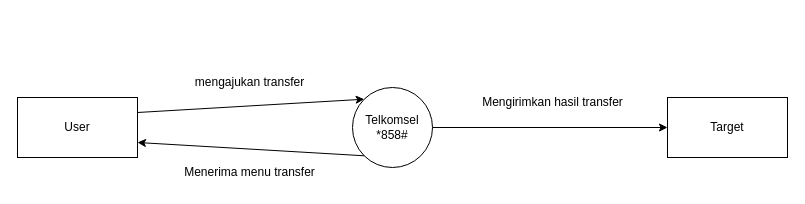
Before: DFD_L0.drawio in TTNVXX/Diagram_PSPEC, a draw.io diagram. Source tidied: cells renumbered, new cells numbered last; positions are measured from the earlier drawing's top-left corner, leaving out a move shared by most shapes. Both pictures are drawn from the tidied source at 100%, with x=0, y=0 at pixel (17, 67).
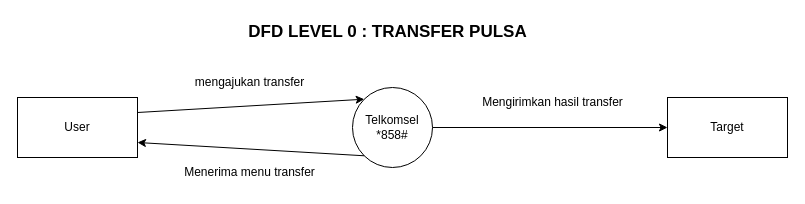
After the change.

Change to the diagram source:
```diff
@@
 <mxGraphModel>
   <root>
     <mxCell id="0" />
     <mxCell id="1" parent="0" />
     <mxCell id="2" value="Telkomsel&lt;br&gt;*858#" style="ellipse;whiteSpace=wrap;html=1;" parent="1" vertex="1">
       <mxGeometry x="335" y="20" width="80" height="80" as="geometry" />
     </mxCell>
     <mxCell id="3" value="User" style="rounded=0;whiteSpace=wrap;html=1;" parent="1" vertex="1">
       <mxGeometry y="30" width="120" height="60" as="geometry" />
     </mxCell>
     <mxCell id="4" value="Target" style="rounded=0;whiteSpace=wrap;html=1;" parent="1" vertex="1">
       <mxGeometry x="650" y="30" width="120" height="60" as="geometry" />
     </mxCell>
     <mxCell id="5" style="endArrow=classic;html=1;rounded=0;exitX=1;exitY=0.25;exitDx=0;exitDy=0;entryX=0;entryY=0;entryDx=0;entryDy=0;" parent="1" edge="1" source="3" target="2">
       <mxGeometry relative="1" as="geometry" />
     </mxCell>
     <mxCell id="6" style="endArrow=classic;html=1;rounded=0;entryX=0;entryY=0.5;entryDx=0;entryDy=0;exitX=1;exitY=0.5;exitDx=0;exitDy=0;" parent="1" edge="1" source="2" target="4">
       <mxGeometry relative="1" as="geometry" />
     </mxCell>
     <mxCell id="7" style="endArrow=classic;html=1;rounded=0;exitX=0;exitY=1;exitDx=0;exitDy=0;entryX=1;entryY=0.75;entryDx=0;entryDy=0;" parent="1" edge="1" source="2" target="3">
       <mxGeometry relative="1" as="geometry" />
     </mxCell>
     <mxCell id="8" value="mengajukan transfer" style="text;html=1;align=center;verticalAlign=middle;strokeColor=none;fillColor=none;" parent="1" vertex="1">
       <mxGeometry x="157" width="150" height="30" as="geometry" />
     </mxCell>
     <mxCell id="9" value="Menerima menu transfer" style="text;html=1;align=center;verticalAlign=middle;strokeColor=none;fillColor=none;" parent="1" vertex="1">
       <mxGeometry x="142" y="90" width="180" height="30" as="geometry" />
     </mxCell>
     <mxCell id="10" value="Mengirimkan hasil transfer" style="text;html=1;align=center;verticalAlign=middle;strokeColor=none;fillColor=none;" parent="1" vertex="1">
       <mxGeometry x="440" y="20" width="190" height="30" as="geometry" />
     </mxCell>
+    <mxCell id="11" value="&lt;b&gt;&lt;font style=&quot;font-size: 17px;&quot;&gt;DFD LEVEL 0 : TRANSFER PULSA&lt;/font&gt;&lt;/b&gt;" style="text;html=1;align=center;verticalAlign=middle;strokeColor=none;fillColor=none;" parent="1" vertex="1">
+      <mxGeometry x="220" y="-50" width="300" height="30" as="geometry" />
+    </mxCell>
   </root>
 </mxGraphModel>
```
